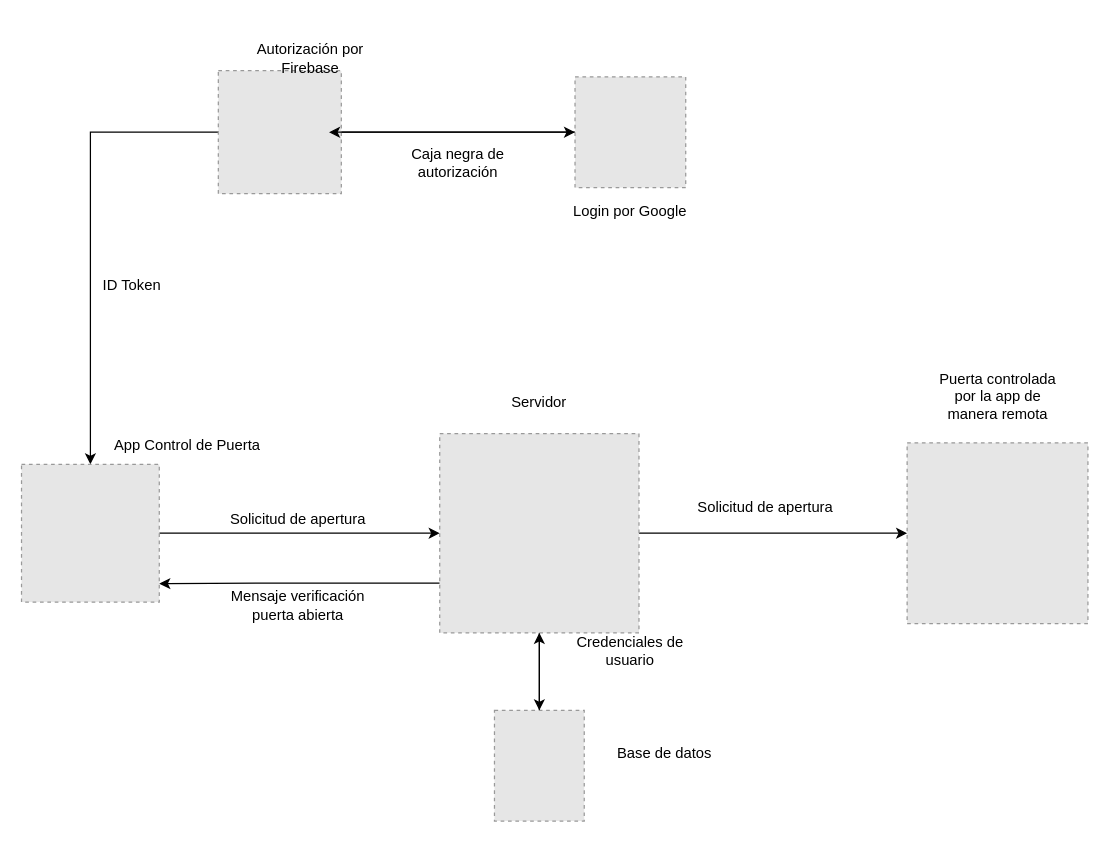
Before: Diagrama General.drawio in KireSql/ProyectoAMST2023, a draw.io diagram. Source tidied: cells renumbered, new cells numbered last; positions are measured from the earlier drawing's top-left corner, leaving out a move shared by most shapes. Both pictures are drawn from the tidied source at 123%, with x=0, y=0 at pixel (21, 39). Pictures stored in the file or linked from it are replaced by grey dashed boxes.
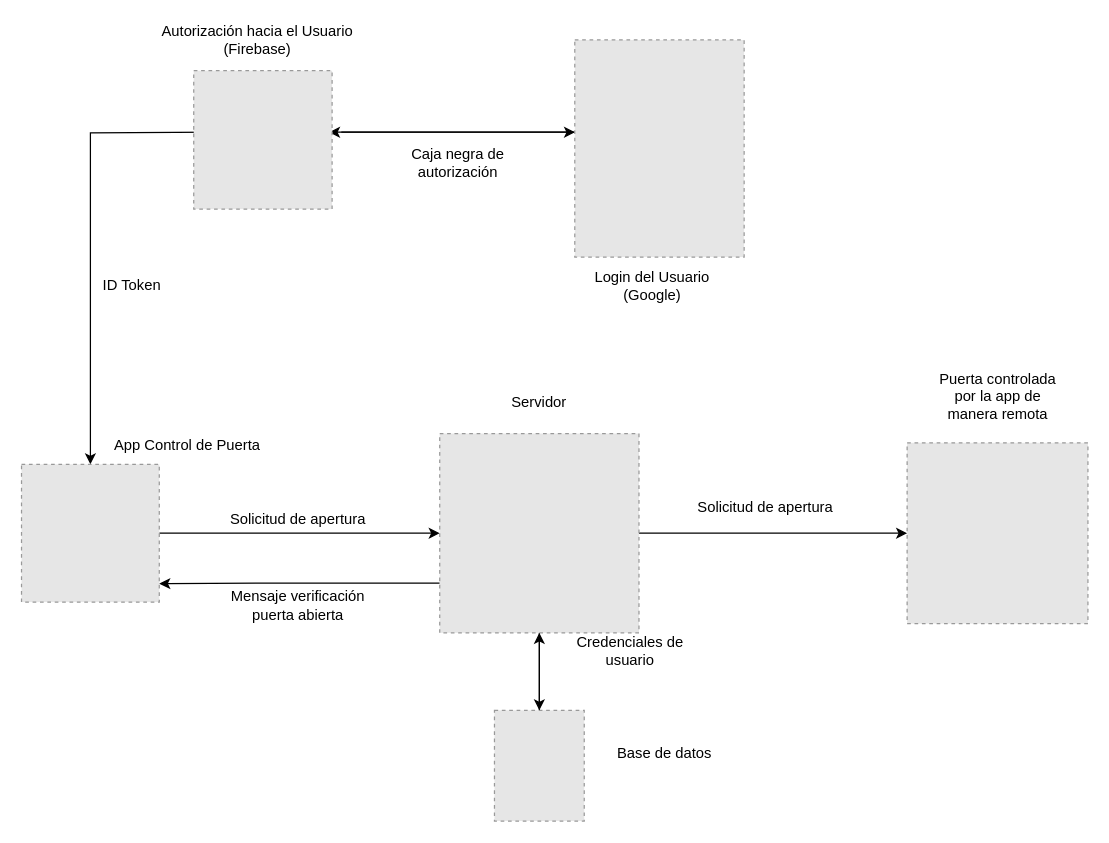
The same page after the edit.

Unchanged cells that the change refers to:
```xml
<mxCell id="9" style="fillColor=#E6E6E6;strokeColor=#999999;dashed=1;verticalLabelPosition=bottom;labelBackgroundColor=default;verticalAlign=top;" parent="1" vertex="1">
  <mxGeometry y="345" width="112" height="112" as="geometry" />
</mxCell>
```

Change to the diagram source:
```diff
@@
-    <mxCell id="3" style="edgeStyle=orthogonalEdgeStyle;rounded=0;jettySize=auto;html=1;entryX=0.5;entryY=0;entryDx=0;entryDy=0;" parent="1" edge="1" source="5" target="9">
-      <mxGeometry relative="1" as="geometry" />
+    <mxCell id="3" style="edgeStyle=orthogonalEdgeStyle;rounded=0;jettySize=auto;html=1;entryX=0.5;entryY=0;entryDx=0;entryDy=0;" parent="1" edge="1" target="9">
+      <mxGeometry relative="1" as="geometry">
+        <mxPoint x="160" y="75" as="sourcePoint" />
+      </mxGeometry>
     </mxCell>
-    <mxCell id="4" style="rounded=0;jettySize=auto;html=1;" parent="1" edge="1" source="5" target="7">
-      <mxGeometry relative="1" as="geometry" />
+    <mxCell id="4" style="rounded=0;orthogonalLoop=1;jettySize=auto;html=1;" parent="1" edge="1">
+      <mxGeometry relative="1" as="geometry">
+        <mxPoint x="260" y="75" as="sourcePoint" />
+        <mxPoint x="450" y="75" as="targetPoint" />
+      </mxGeometry>
     </mxCell>
-    <mxCell id="5" style="fillColor=#E6E6E6;strokeColor=#999999;dashed=1;verticalLabelPosition=bottom;labelBackgroundColor=default;verticalAlign=top;" parent="1" vertex="1">
-      <mxGeometry x="160" y="25" width="100" height="100" as="geometry" />
-    </mxCell>
-    <mxCell id="6" style="edgeStyle=orthogonalEdgeStyle;rounded=0;jettySize=auto;html=1;" parent="1" edge="1" source="7">
+    <mxCell id="6" style="edgeStyle=orthogonalEdgeStyle;rounded=0;orthogonalLoop=1;jettySize=auto;html=1;" parent="1" edge="1">
       <mxGeometry relative="1" as="geometry">
+        <mxPoint x="450" y="75" as="sourcePoint" />
         <mxPoint x="250" y="75" as="targetPoint" />
       </mxGeometry>
     </mxCell>
-    <mxCell id="7" style="fillColor=#E6E6E6;strokeColor=#999999;dashed=1;verticalLabelPosition=bottom;labelBackgroundColor=default;verticalAlign=top;" parent="1" vertex="1">
-      <mxGeometry x="450" y="30" width="90" height="90" as="geometry" />
-    </mxCell>
@@
-    <mxCell id="13" value="Autorización por Firebase" style="text;html=1;strokeColor=none;fillColor=none;align=center;verticalAlign=middle;whiteSpace=wrap;rounded=0;" parent="1" vertex="1">
-      <mxGeometry x="180" width="110" height="30" as="geometry" />
+    <mxCell id="13" value="Autorización hacia el Usuario (Firebase)" style="text;html=1;strokeColor=none;fillColor=none;align=center;verticalAlign=middle;whiteSpace=wrap;rounded=0;" parent="1" vertex="1">
+      <mxGeometry x="112" y="-15" width="160" height="30" as="geometry" />
     </mxCell>
-    <mxCell id="14" value="Login por Google" style="text;html=1;strokeColor=none;fillColor=none;align=center;verticalAlign=middle;whiteSpace=wrap;rounded=0;" parent="1" vertex="1">
-      <mxGeometry x="440" y="125" width="110" height="30" as="geometry" />
+    <mxCell id="14" value="Login del Usuario (Google)" style="text;html=1;strokeColor=none;fillColor=none;align=center;verticalAlign=middle;whiteSpace=wrap;rounded=0;" parent="1" vertex="1">
+      <mxGeometry x="457.5" y="185" width="110" height="30" as="geometry" />
     </mxCell>
@@
+    <mxCell id="28" style="fillColor=#E6E6E6;strokeColor=#999999;dashed=1;verticalLabelPosition=bottom;labelBackgroundColor=default;verticalAlign=top;" parent="1" vertex="1">
+      <mxGeometry x="449.8" width="137.7" height="176.5" as="geometry" />
+    </mxCell>
+    <mxCell id="29" style="fillColor=#E6E6E6;strokeColor=#999999;dashed=1;verticalLabelPosition=bottom;labelBackgroundColor=default;verticalAlign=top;" parent="1" vertex="1">
+      <mxGeometry x="140" y="25" width="112.5" height="112.5" as="geometry" />
+    </mxCell>
```
